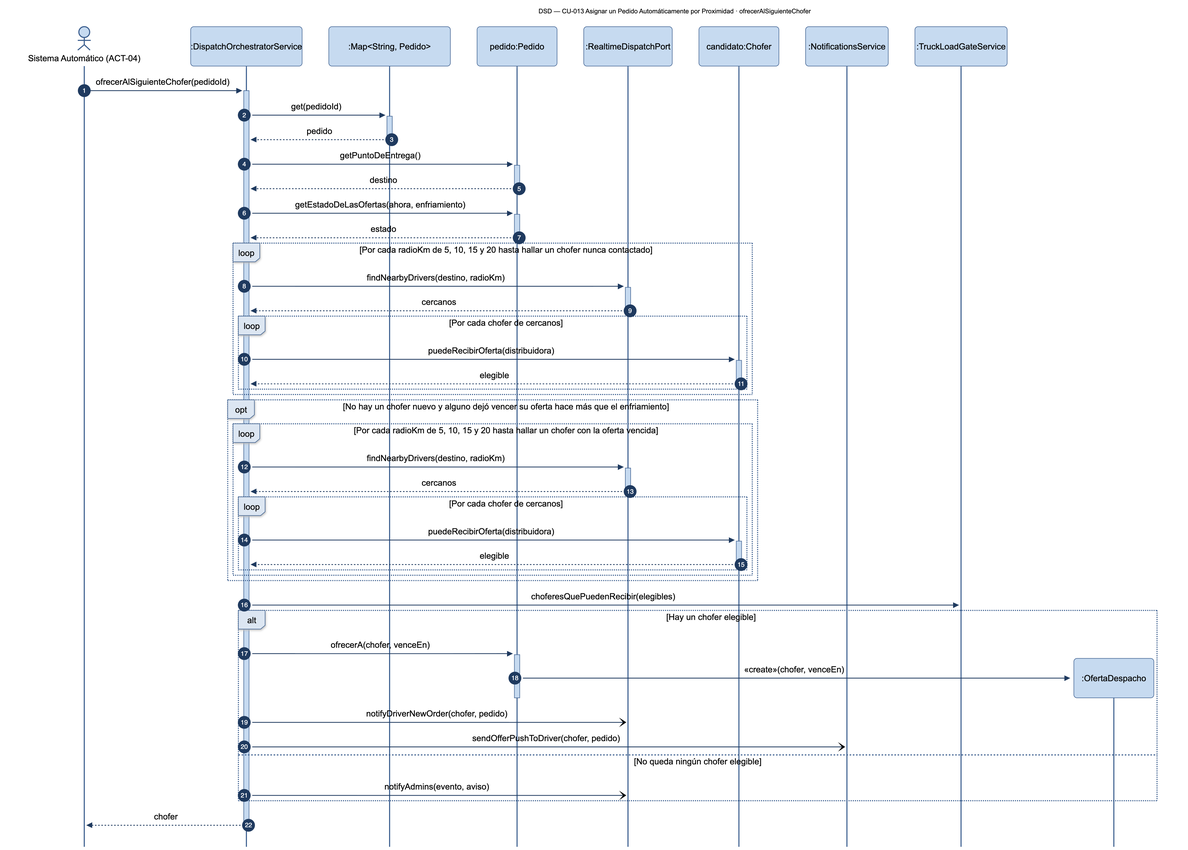
This is diagramas/png/DSD_CU-013_ofrecerAlSiguienteChofer.png from Nahuelito-Dev/splg-docs, a Mermaid export, as it was before one commit. Its source is kept beside it as diagramas/DSD_CU-013_ofrecerAlSiguienteChofer.mmd.
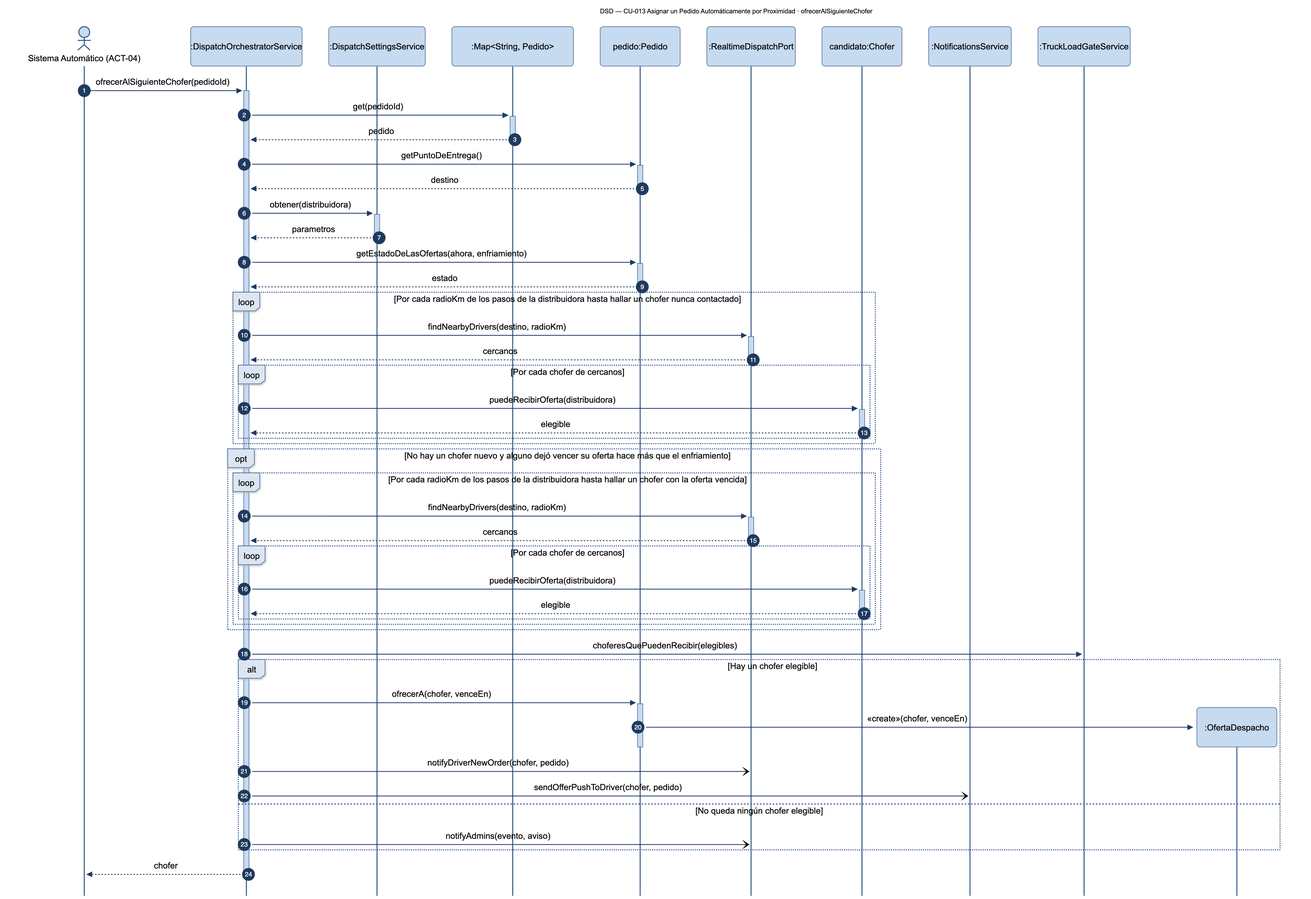
The same diagram one commit later.

What changed in the source:
```diff
@@ -3,6 +3,7 @@
     autonumber
     actor SIS as Sistema Automático (ACT-04)
     participant SRV as :DispatchOrchestratorService
+    participant CFG as :DispatchSettingsService
     participant PEDS as :Map#lt;String, Pedido#gt;
     participant PED as pedido:Pedido
     participant RT as :RealtimeDispatchPort
@@ -15,9 +16,11 @@
     PEDS-->>-SRV: pedido
     SRV->>+PED: getPuntoDeEntrega()
     PED-->>-SRV: destino
+    SRV->>+CFG: obtener(distribuidora)
+    CFG-->>-SRV: parametros
     SRV->>+PED: getEstadoDeLasOfertas(ahora, enfriamiento)
     PED-->>-SRV: estado
-    loop Por cada radioKm de 5, 10, 15 y 20 hasta hallar un chofer nunca contactado
+    loop Por cada radioKm de los pasos de la distribuidora hasta hallar un chofer nunca contactado
         SRV->>+RT: findNearbyDrivers(destino, radioKm)
         RT-->>-SRV: cercanos
         loop Por cada chofer de cercanos
@@ -26,7 +29,7 @@
         end
     end
     opt No hay un chofer nuevo y alguno dejó vencer su oferta hace más que el enfriamiento
-        loop Por cada radioKm de 5, 10, 15 y 20 hasta hallar un chofer con la oferta vencida
+        loop Por cada radioKm de los pasos de la distribuidora hasta hallar un chofer con la oferta vencida
             SRV->>+RT: findNearbyDrivers(destino, radioKm)
             RT-->>-SRV: cercanos
             loop Por cada chofer de cercanos
```
